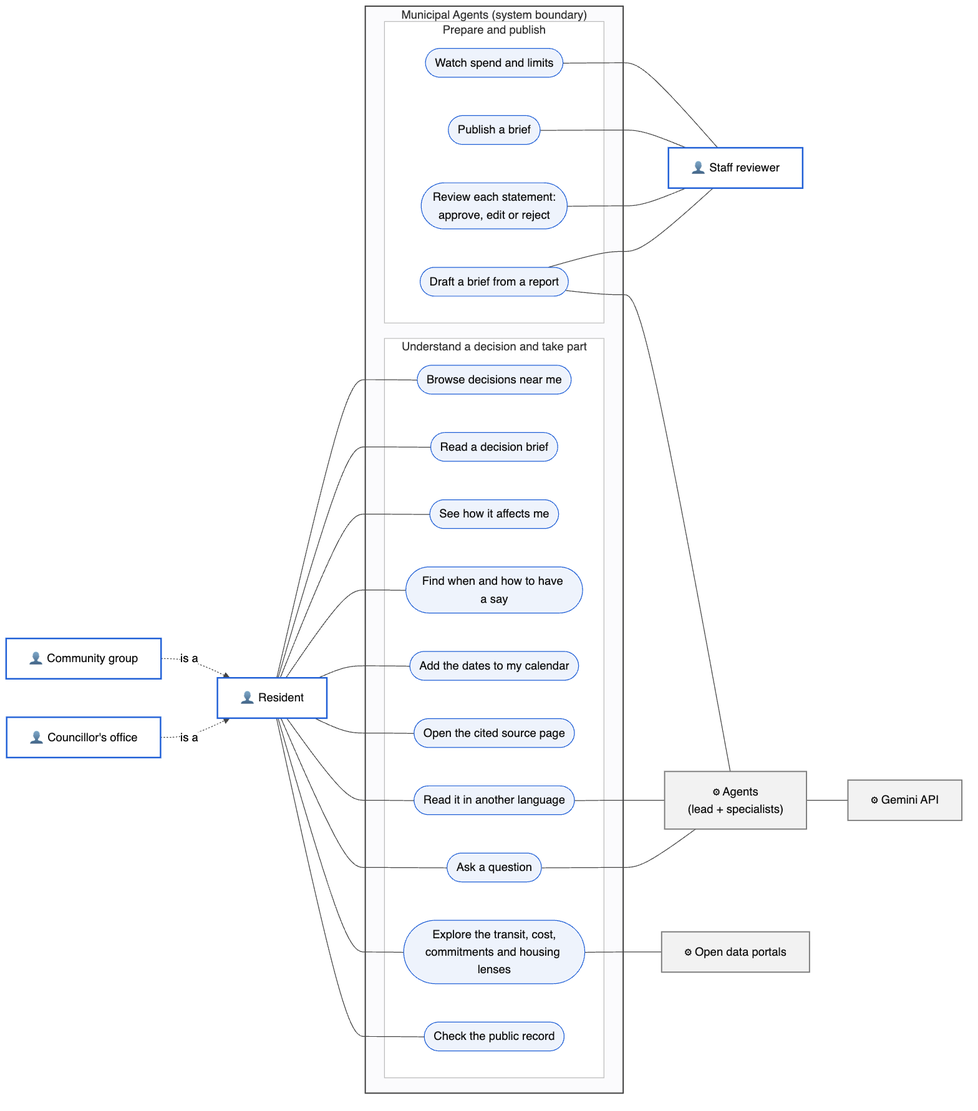
Earlier version of the Mermaid export docs/uml/use-case.png (RichardLi-1/municipal-agents). Its source is kept beside it as docs/uml/use-case.mmd. Source of this version:
```mermaid
flowchart LR
  councillor["👤 Councillor's office"]
  group["👤 Community group"]
  resident["👤 Resident"]

  subgraph sys["Municipal Agents (system boundary)"]
    direction LR
    subgraph pub["Understand a decision and take part"]
      direction TB
      uc1(["Browse decisions near me"])
      uc2(["Read a decision brief"])
      uc3(["See how it affects me"])
      uc4(["Find when and how to have a say"])
      uc5(["Add the dates to my calendar"])
      uc7(["Open the cited source page"])
      uc9(["Explore the transit, cost,<br/>commitments and housing lenses"])
      uc6(["Ask a question"])
      uc8(["Read it in another language"])
      uc10(["Check the public record"])
    end
    subgraph back["Prepare and publish"]
      direction TB
      uc11(["Draft a brief from a report"])
      uc12(["Review each statement:<br/>approve, edit or reject"])
      uc13(["Publish a brief"])
      uc14(["Watch spend and limits"])
    end
  end

  staff["👤 Staff reviewer"]
  agents["⚙ Agents<br/>(lead + specialists)"]
  gemini["⚙ Gemini API"]
  portals["⚙ Open data portals"]

  councillor -. "is a" .-> resident
  group -. "is a" .-> resident
  resident --- uc1 & uc2 & uc3 & uc4 & uc5 & uc7 & uc9 & uc6 & uc8 & uc10

  uc11 & uc12 & uc13 & uc14 --- staff
  uc6 & uc8 & uc11 --- agents
  agents --- gemini
  uc9 --- portals

  classDef actor fill:#ffffff,stroke:#1f5fd6,stroke-width:2px,color:#111
  classDef ext fill:#f2f2f2,stroke:#777,stroke-width:1.5px,color:#111
  classDef uc fill:#eef3fc,stroke:#1f5fd6,color:#111
  class resident,councillor,group,staff actor
  class agents,gemini,portals ext
  class uc1,uc2,uc3,uc4,uc5,uc6,uc7,uc8,uc9,uc10,uc11,uc12,uc13,uc14 uc
  style sys fill:#fbfbfd,stroke:#333,stroke-width:1.5px
  style pub fill:#ffffff,stroke:#bbb
  style back fill:#ffffff,stroke:#bbb
```
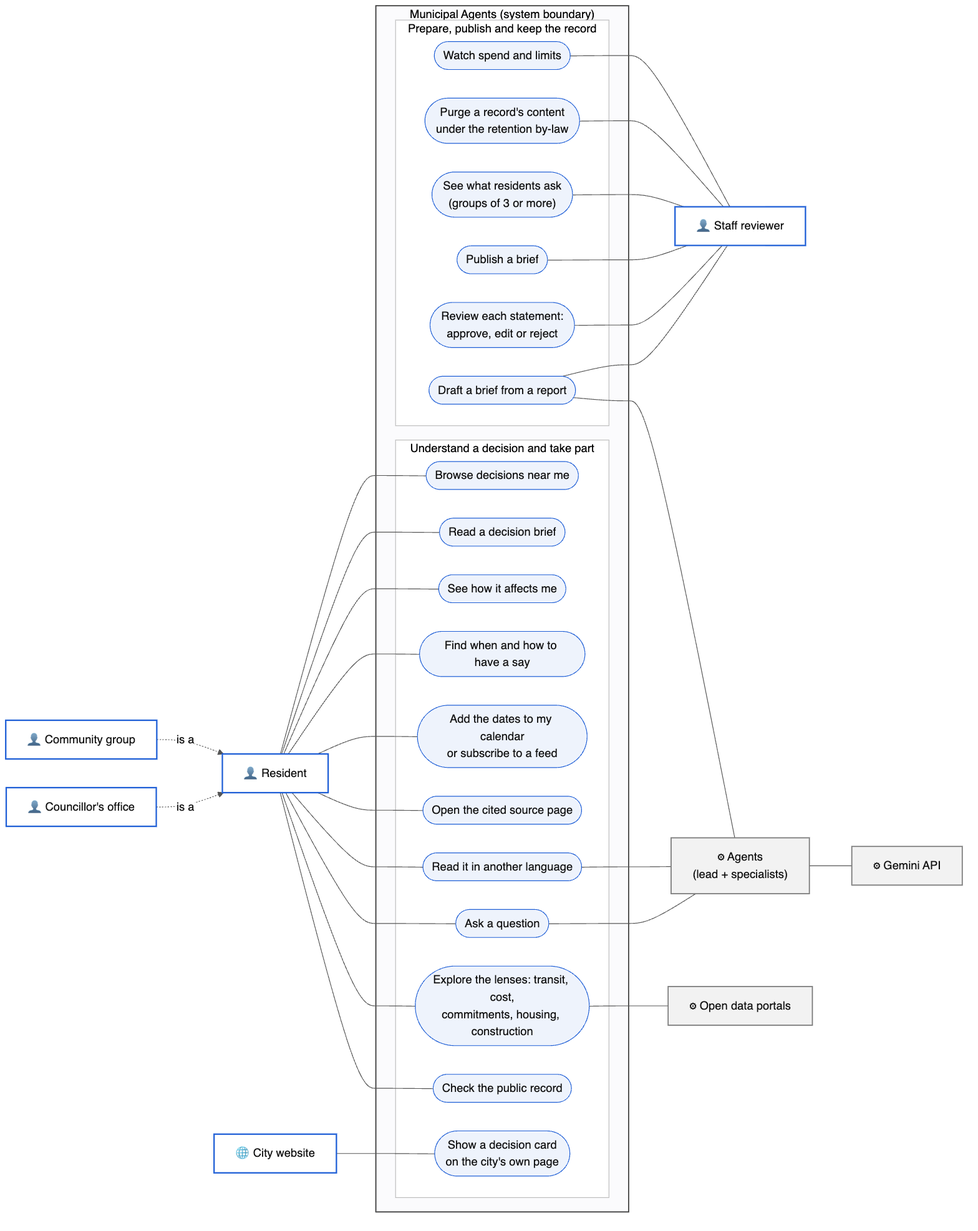
After the commit.

What changed in the source:
```diff
@@ -2,6 +2,7 @@
   councillor["👤 Councillor's office"]
   group["👤 Community group"]
   resident["👤 Resident"]
+  cityweb["🌐 City website"]
 
   subgraph sys["Municipal Agents (system boundary)"]
     direction LR
@@ -11,18 +12,21 @@
       uc2(["Read a decision brief"])
       uc3(["See how it affects me"])
       uc4(["Find when and how to have a say"])
-      uc5(["Add the dates to my calendar"])
+      uc5(["Add the dates to my calendar<br/>or subscribe to a feed"])
       uc7(["Open the cited source page"])
-      uc9(["Explore the transit, cost,<br/>commitments and housing lenses"])
+      uc9(["Explore the lenses: transit, cost,<br/>commitments, housing, construction"])
       uc6(["Ask a question"])
       uc8(["Read it in another language"])
       uc10(["Check the public record"])
+      uc15(["Show a decision card<br/>on the city's own page"])
     end
-    subgraph back["Prepare and publish"]
+    subgraph back["Prepare, publish and keep the record"]
       direction TB
       uc11(["Draft a brief from a report"])
       uc12(["Review each statement:<br/>approve, edit or reject"])
       uc13(["Publish a brief"])
+      uc16(["See what residents ask<br/>(groups of 3 or more)"])
+      uc17(["Purge a record's content<br/>under the retention by-law"])
       uc14(["Watch spend and limits"])
     end
   end
@@ -35,8 +39,9 @@
   councillor -. "is a" .-> resident
   group -. "is a" .-> resident
   resident --- uc1 & uc2 & uc3 & uc4 & uc5 & uc7 & uc9 & uc6 & uc8 & uc10
+  cityweb --- uc15
 
-  uc11 & uc12 & uc13 & uc14 --- staff
+  uc11 & uc12 & uc13 & uc16 & uc17 & uc14 --- staff
   uc6 & uc8 & uc11 --- agents
   agents --- gemini
   uc9 --- portals
@@ -44,9 +49,9 @@
   classDef actor fill:#ffffff,stroke:#1f5fd6,stroke-width:2px,color:#111
   classDef ext fill:#f2f2f2,stroke:#777,stroke-width:1.5px,color:#111
   classDef uc fill:#eef3fc,stroke:#1f5fd6,color:#111
-  class resident,councillor,group,staff actor
+  class resident,councillor,group,staff,cityweb actor
   class agents,gemini,portals ext
-  class uc1,uc2,uc3,uc4,uc5,uc6,uc7,uc8,uc9,uc10,uc11,uc12,uc13,uc14 uc
+  class uc1,uc2,uc3,uc4,uc5,uc6,uc7,uc8,uc9,uc10,uc11,uc12,uc13,uc14,uc15,uc16,uc17 uc
   style sys fill:#fbfbfd,stroke:#333,stroke-width:1.5px
   style pub fill:#ffffff,stroke:#bbb
   style back fill:#ffffff,stroke:#bbb
```
